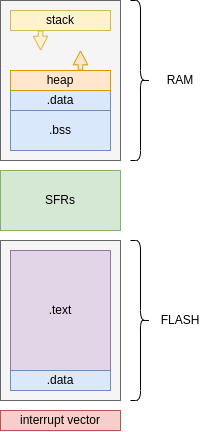
Above: spotkanie-2-przerwania-timery/figures/memory.drawio.png in Eryk-Mozdzen/warsztaty-stm32 (draw.io), before the change. Source tidied: cells renumbered, new cells last; positions are measured from the earlier drawing's top-left corner, leaving out a move shared by most shapes. Its diagram source:
```xml
<mxGraphModel background="#ffffff">
  <root>
    <mxCell id="0" />
    <mxCell id="1" parent="0" />
    <mxCell id="2" style="rounded=0;whiteSpace=wrap;html=1;fillColor=#f5f5f5;fontColor=#333333;strokeColor=#666666;" parent="1" vertex="1">
      <mxGeometry y="240" width="120" height="160" as="geometry" />
    </mxCell>
    <mxCell id="3" value=".text" style="rounded=0;whiteSpace=wrap;html=1;fillColor=#e1d5e7;strokeColor=#9673a6;" parent="1" vertex="1">
      <mxGeometry x="10" y="250" width="100" height="120" as="geometry" />
    </mxCell>
    <mxCell id="4" value="interrupt vector" style="rounded=0;whiteSpace=wrap;html=1;fillColor=#f8cecc;strokeColor=#b85450;" parent="1" vertex="1">
      <mxGeometry y="410" width="120" height="20" as="geometry" />
    </mxCell>
    <mxCell id="5" value=".data" style="rounded=0;whiteSpace=wrap;html=1;fillColor=#dae8fc;strokeColor=#6c8ebf;" parent="1" vertex="1">
      <mxGeometry x="10" y="370" width="100" height="20" as="geometry" />
    </mxCell>
    <mxCell id="6" value="SFRs" style="rounded=0;whiteSpace=wrap;html=1;fillColor=#d5e8d4;strokeColor=#82b366;" parent="1" vertex="1">
      <mxGeometry y="170" width="120" height="60" as="geometry" />
    </mxCell>
    <mxCell id="7" style="rounded=0;whiteSpace=wrap;html=1;fillColor=#f5f5f5;fontColor=#333333;strokeColor=#666666;" parent="1" vertex="1">
      <mxGeometry width="120" height="160" as="geometry" />
    </mxCell>
    <mxCell id="8" value=".bss" style="rounded=0;whiteSpace=wrap;html=1;fillColor=#dae8fc;strokeColor=#6c8ebf;" parent="1" vertex="1">
      <mxGeometry x="10" y="110" width="100" height="40" as="geometry" />
    </mxCell>
    <mxCell id="9" value=".data" style="rounded=0;whiteSpace=wrap;html=1;fillColor=#dae8fc;strokeColor=#6c8ebf;" parent="1" vertex="1">
      <mxGeometry x="10" y="90" width="100" height="20" as="geometry" />
    </mxCell>
    <mxCell id="10" value="stack" style="rounded=0;whiteSpace=wrap;html=1;fillColor=#fff2cc;strokeColor=#d6b656;" parent="1" vertex="1">
      <mxGeometry x="10" y="10" width="100" height="20" as="geometry" />
    </mxCell>
    <mxCell id="11" style="shape=flexArrow;endArrow=classic;html=1;endWidth=8.816326530612246;endSize=4.268571428571429;width=4.571428571428571;fillColor=#fff2cc;strokeColor=#d6b656;" parent="1" edge="1">
      <mxGeometry relative="1" as="geometry">
        <mxPoint x="40" y="30" as="sourcePoint" />
        <mxPoint x="40.2" y="50" as="targetPoint" />
      </mxGeometry>
    </mxCell>
    <mxCell id="12" style="shape=curlyBracket;whiteSpace=wrap;html=1;rounded=1;flipH=1;labelPosition=right;verticalLabelPosition=middle;align=left;verticalAlign=middle;" parent="1" vertex="1">
      <mxGeometry x="130" width="20" height="160" as="geometry" />
    </mxCell>
    <mxCell id="13" style="shape=curlyBracket;whiteSpace=wrap;html=1;rounded=1;flipH=1;labelPosition=right;verticalLabelPosition=middle;align=left;verticalAlign=middle;" parent="1" vertex="1">
      <mxGeometry x="130" y="240" width="20" height="160" as="geometry" />
    </mxCell>
    <mxCell id="14" value="RAM" style="text;html=1;strokeColor=none;fillColor=none;align=center;verticalAlign=middle;whiteSpace=wrap;rounded=0;" parent="1" vertex="1">
      <mxGeometry x="150" y="65" width="60" height="30" as="geometry" />
    </mxCell>
    <mxCell id="15" value="FLASH" style="text;html=1;strokeColor=none;fillColor=none;align=center;verticalAlign=middle;whiteSpace=wrap;rounded=0;" parent="1" vertex="1">
      <mxGeometry x="150" y="305" width="60" height="30" as="geometry" />
    </mxCell>
    <mxCell id="16" value="heap" style="rounded=0;whiteSpace=wrap;html=1;fillColor=#ffe6cc;strokeColor=#d79b00;" parent="1" vertex="1">
      <mxGeometry x="10" y="70" width="100" height="20" as="geometry" />
    </mxCell>
    <mxCell id="17" style="shape=flexArrow;endArrow=classic;html=1;endWidth=8.816326530612246;endSize=4.268571428571429;width=4.571428571428571;fillColor=#ffe6cc;strokeColor=#d79b00;" parent="1" edge="1">
      <mxGeometry relative="1" as="geometry">
        <mxPoint x="80" y="70" as="sourcePoint" />
        <mxPoint x="80" y="50" as="targetPoint" />
      </mxGeometry>
    </mxCell>
  </root>
</mxGraphModel>
```
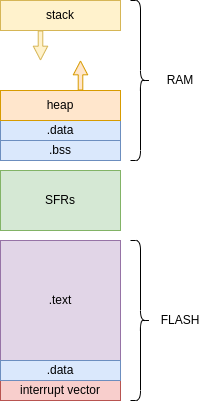
The same diagram one commit later.

Change to the diagram source:
```diff
@@ -1,59 +1,53 @@
-<mxGraphModel background="#ffffff">
+<mxGraphModel>
   <root>
     <mxCell id="0" />
     <mxCell id="1" parent="0" />
-    <mxCell id="2" style="rounded=0;whiteSpace=wrap;html=1;fillColor=#f5f5f5;fontColor=#333333;strokeColor=#666666;" parent="1" vertex="1">
-      <mxGeometry y="240" width="120" height="160" as="geometry" />
-    </mxCell>
     <mxCell id="3" value=".text" style="rounded=0;whiteSpace=wrap;html=1;fillColor=#e1d5e7;strokeColor=#9673a6;" parent="1" vertex="1">
-      <mxGeometry x="10" y="250" width="100" height="120" as="geometry" />
+      <mxGeometry y="250" width="120" height="120" as="geometry" />
     </mxCell>
     <mxCell id="4" value="interrupt vector" style="rounded=0;whiteSpace=wrap;html=1;fillColor=#f8cecc;strokeColor=#b85450;" parent="1" vertex="1">
-      <mxGeometry y="410" width="120" height="20" as="geometry" />
+      <mxGeometry y="390" width="120" height="20" as="geometry" />
     </mxCell>
     <mxCell id="5" value=".data" style="rounded=0;whiteSpace=wrap;html=1;fillColor=#dae8fc;strokeColor=#6c8ebf;" parent="1" vertex="1">
-      <mxGeometry x="10" y="370" width="100" height="20" as="geometry" />
+      <mxGeometry y="370" width="120" height="20" as="geometry" />
     </mxCell>
     <mxCell id="6" value="SFRs" style="rounded=0;whiteSpace=wrap;html=1;fillColor=#d5e8d4;strokeColor=#82b366;" parent="1" vertex="1">
-      <mxGeometry y="170" width="120" height="60" as="geometry" />
+      <mxGeometry y="180" width="120" height="60" as="geometry" />
     </mxCell>
-    <mxCell id="7" style="rounded=0;whiteSpace=wrap;html=1;fillColor=#f5f5f5;fontColor=#333333;strokeColor=#666666;" parent="1" vertex="1">
-      <mxGeometry width="120" height="160" as="geometry" />
-    </mxCell>
     <mxCell id="8" value=".bss" style="rounded=0;whiteSpace=wrap;html=1;fillColor=#dae8fc;strokeColor=#6c8ebf;" parent="1" vertex="1">
-      <mxGeometry x="10" y="110" width="100" height="40" as="geometry" />
+      <mxGeometry y="150" width="120" height="20" as="geometry" />
     </mxCell>
     <mxCell id="9" value=".data" style="rounded=0;whiteSpace=wrap;html=1;fillColor=#dae8fc;strokeColor=#6c8ebf;" parent="1" vertex="1">
-      <mxGeometry x="10" y="90" width="100" height="20" as="geometry" />
+      <mxGeometry y="130" width="120" height="20" as="geometry" />
     </mxCell>
     <mxCell id="10" value="stack" style="rounded=0;whiteSpace=wrap;html=1;fillColor=#fff2cc;strokeColor=#d6b656;" parent="1" vertex="1">
-      <mxGeometry x="10" y="10" width="100" height="20" as="geometry" />
+      <mxGeometry y="10" width="120" height="30" as="geometry" />
     </mxCell>
     <mxCell id="11" style="shape=flexArrow;endArrow=classic;html=1;endWidth=8.816326530612246;endSize=4.268571428571429;width=4.571428571428571;fillColor=#fff2cc;strokeColor=#d6b656;" parent="1" edge="1">
       <mxGeometry relative="1" as="geometry">
-        <mxPoint x="40" y="30" as="sourcePoint" />
-        <mxPoint x="40.2" y="50" as="targetPoint" />
+        <mxPoint x="40" y="40" as="sourcePoint" />
+        <mxPoint x="40" y="70" as="targetPoint" />
       </mxGeometry>
     </mxCell>
     <mxCell id="12" style="shape=curlyBracket;whiteSpace=wrap;html=1;rounded=1;flipH=1;labelPosition=right;verticalLabelPosition=middle;align=left;verticalAlign=middle;" parent="1" vertex="1">
-      <mxGeometry x="130" width="20" height="160" as="geometry" />
+      <mxGeometry x="130" y="10" width="20" height="160" as="geometry" />
     </mxCell>
     <mxCell id="13" style="shape=curlyBracket;whiteSpace=wrap;html=1;rounded=1;flipH=1;labelPosition=right;verticalLabelPosition=middle;align=left;verticalAlign=middle;" parent="1" vertex="1">
-      <mxGeometry x="130" y="240" width="20" height="160" as="geometry" />
+      <mxGeometry x="130" y="250" width="20" height="160" as="geometry" />
     </mxCell>
     <mxCell id="14" value="RAM" style="text;html=1;strokeColor=none;fillColor=none;align=center;verticalAlign=middle;whiteSpace=wrap;rounded=0;" parent="1" vertex="1">
-      <mxGeometry x="150" y="65" width="60" height="30" as="geometry" />
+      <mxGeometry x="150" y="75" width="60" height="30" as="geometry" />
     </mxCell>
     <mxCell id="15" value="FLASH" style="text;html=1;strokeColor=none;fillColor=none;align=center;verticalAlign=middle;whiteSpace=wrap;rounded=0;" parent="1" vertex="1">
-      <mxGeometry x="150" y="305" width="60" height="30" as="geometry" />
+      <mxGeometry x="150" y="315" width="60" height="30" as="geometry" />
     </mxCell>
     <mxCell id="16" value="heap" style="rounded=0;whiteSpace=wrap;html=1;fillColor=#ffe6cc;strokeColor=#d79b00;" parent="1" vertex="1">
-      <mxGeometry x="10" y="70" width="100" height="20" as="geometry" />
+      <mxGeometry y="100" width="120" height="30" as="geometry" />
     </mxCell>
     <mxCell id="17" style="shape=flexArrow;endArrow=classic;html=1;endWidth=8.816326530612246;endSize=4.268571428571429;width=4.571428571428571;fillColor=#ffe6cc;strokeColor=#d79b00;" parent="1" edge="1">
       <mxGeometry relative="1" as="geometry">
-        <mxPoint x="80" y="70" as="sourcePoint" />
-        <mxPoint x="80" y="50" as="targetPoint" />
+        <mxPoint x="80" y="100" as="sourcePoint" />
+        <mxPoint x="80" y="70" as="targetPoint" />
       </mxGeometry>
     </mxCell>
   </root>
```
